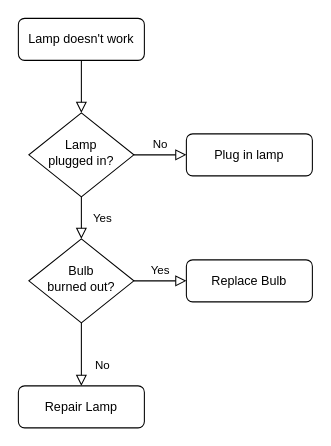
Before: Untitled Diagram.drawio in babakfree/01, a draw.io diagram. Source tidied: cells renumbered, new cells numbered last; positions are measured from the earlier drawing's top-left corner, leaving out a move shared by most shapes. Both pictures are drawn from the tidied source at 105%, with x=0, y=0 at pixel (18, 18).
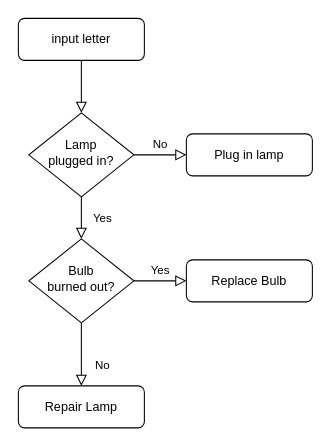
Above is the later version.

The edit, as a diff of the source:
```diff
@@
 <mxGraphModel>
   <root>
     <mxCell id="0" />
     <mxCell id="1" parent="0" />
     <mxCell id="2" style="rounded=0;html=1;jettySize=auto;fontSize=11;endArrow=block;endFill=0;endSize=8;strokeWidth=1;shadow=0;labelBackgroundColor=none;edgeStyle=orthogonalEdgeStyle;" parent="1" edge="1" source="3" target="6">
       <mxGeometry relative="1" as="geometry" />
     </mxCell>
-    <mxCell id="3" value="Lamp doesn't work" style="rounded=1;whiteSpace=wrap;html=1;fontSize=12;glass=0;strokeWidth=1;shadow=0;" parent="1" vertex="1">
+    <mxCell id="3" value="input letter" style="rounded=1;whiteSpace=wrap;html=1;fontSize=12;glass=0;strokeWidth=1;shadow=0;" parent="1" vertex="1">
       <mxGeometry width="120" height="40" as="geometry" />
     </mxCell>
     <mxCell id="4" value="Yes" style="rounded=0;html=1;jettySize=auto;fontSize=11;endArrow=block;endFill=0;endSize=8;strokeWidth=1;shadow=0;labelBackgroundColor=none;edgeStyle=orthogonalEdgeStyle;" parent="1" edge="1" source="6" target="10">
       <mxGeometry y="20" relative="1" as="geometry" />
     </mxCell>
     <mxCell id="5" value="No" style="edgeStyle=orthogonalEdgeStyle;rounded=0;html=1;jettySize=auto;fontSize=11;endArrow=block;endFill=0;endSize=8;strokeWidth=1;shadow=0;labelBackgroundColor=none;" parent="1" edge="1" source="6" target="7">
       <mxGeometry y="10" relative="1" as="geometry" />
     </mxCell>
     <mxCell id="6" value="Lamp&lt;br&gt;plugged in?" style="rhombus;whiteSpace=wrap;html=1;shadow=0;fontFamily=Helvetica;fontSize=12;align=center;strokeWidth=1;spacing=6;spacingTop=-4;" parent="1" vertex="1">
       <mxGeometry x="10" y="90" width="100" height="80" as="geometry" />
     </mxCell>
     <mxCell id="7" value="Plug in lamp" style="rounded=1;whiteSpace=wrap;html=1;fontSize=12;glass=0;strokeWidth=1;shadow=0;" parent="1" vertex="1">
       <mxGeometry x="160" y="110" width="120" height="40" as="geometry" />
     </mxCell>
     <mxCell id="8" value="No" style="rounded=0;html=1;jettySize=auto;fontSize=11;endArrow=block;endFill=0;endSize=8;strokeWidth=1;shadow=0;labelBackgroundColor=none;edgeStyle=orthogonalEdgeStyle;" parent="1" edge="1" source="10" target="11">
       <mxGeometry x="0.33" y="20" relative="1" as="geometry" />
     </mxCell>
     <mxCell id="9" value="Yes" style="edgeStyle=orthogonalEdgeStyle;rounded=0;html=1;jettySize=auto;fontSize=11;endArrow=block;endFill=0;endSize=8;strokeWidth=1;shadow=0;labelBackgroundColor=none;" parent="1" edge="1" source="10" target="12">
       <mxGeometry y="10" relative="1" as="geometry" />
     </mxCell>
     <mxCell id="10" value="Bulb&lt;br&gt;burned out?" style="rhombus;whiteSpace=wrap;html=1;shadow=0;fontFamily=Helvetica;fontSize=12;align=center;strokeWidth=1;spacing=6;spacingTop=-4;" parent="1" vertex="1">
       <mxGeometry x="10" y="210" width="100" height="80" as="geometry" />
     </mxCell>
     <mxCell id="11" value="Repair Lamp" style="rounded=1;whiteSpace=wrap;html=1;fontSize=12;glass=0;strokeWidth=1;shadow=0;" parent="1" vertex="1">
       <mxGeometry y="350" width="120" height="40" as="geometry" />
     </mxCell>
     <mxCell id="12" value="Replace Bulb" style="rounded=1;whiteSpace=wrap;html=1;fontSize=12;glass=0;strokeWidth=1;shadow=0;" parent="1" vertex="1">
       <mxGeometry x="160" y="230" width="120" height="40" as="geometry" />
     </mxCell>
   </root>
 </mxGraphModel>
```
